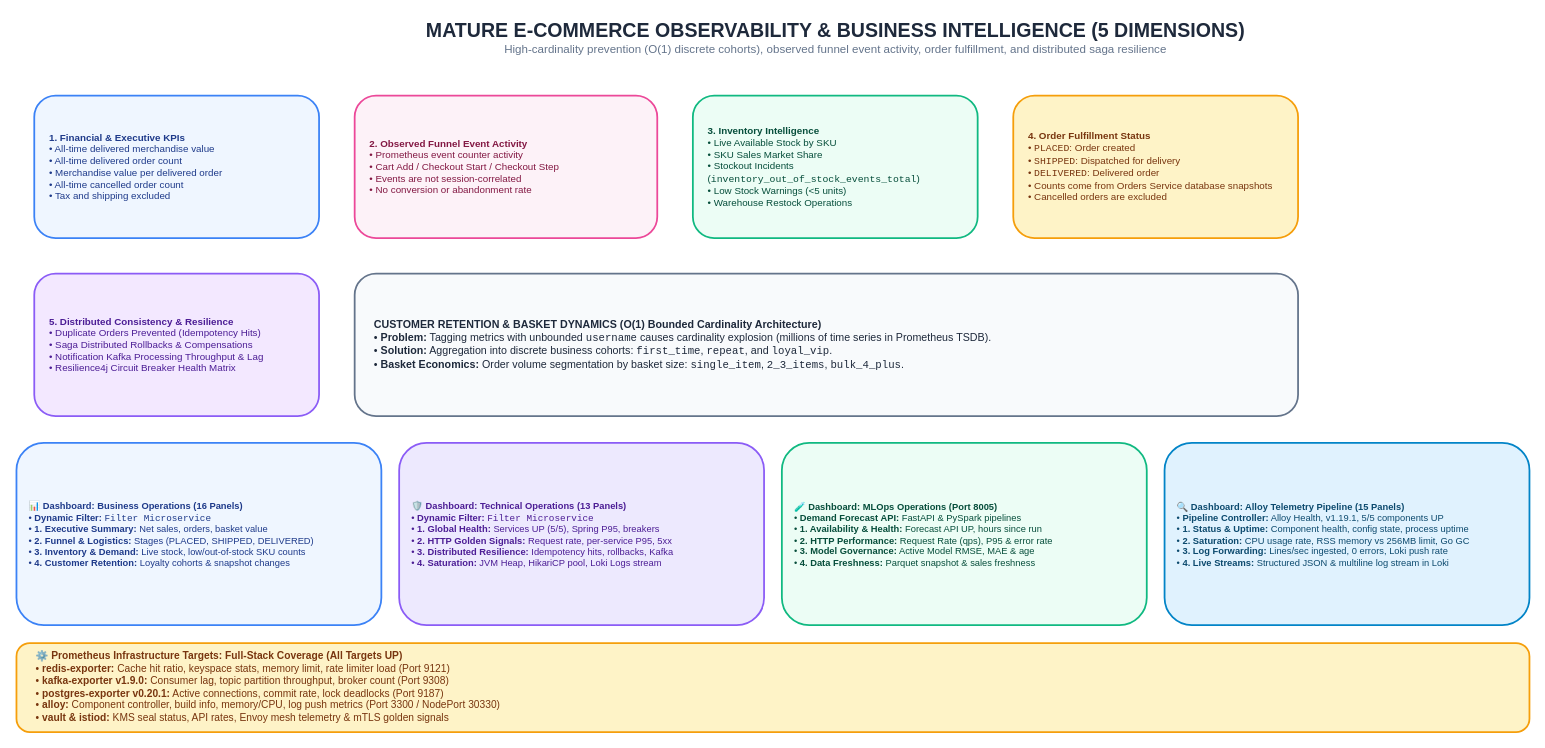
This is page "8. Mature E-Commerce Observability Architecture" (8 of 16) of docs/Diagrams.drawio from GeorgeGxx/microservices-architecture, a draw.io file, before an edit. Source tidied: cells renumbered, new cells numbered last; positions are measured from the earlier drawing's top-left corner, leaving out a move shared by most shapes. Both pictures are drawn from the tidied source at 89%, with x=0, y=0 at pixel (16, 15).
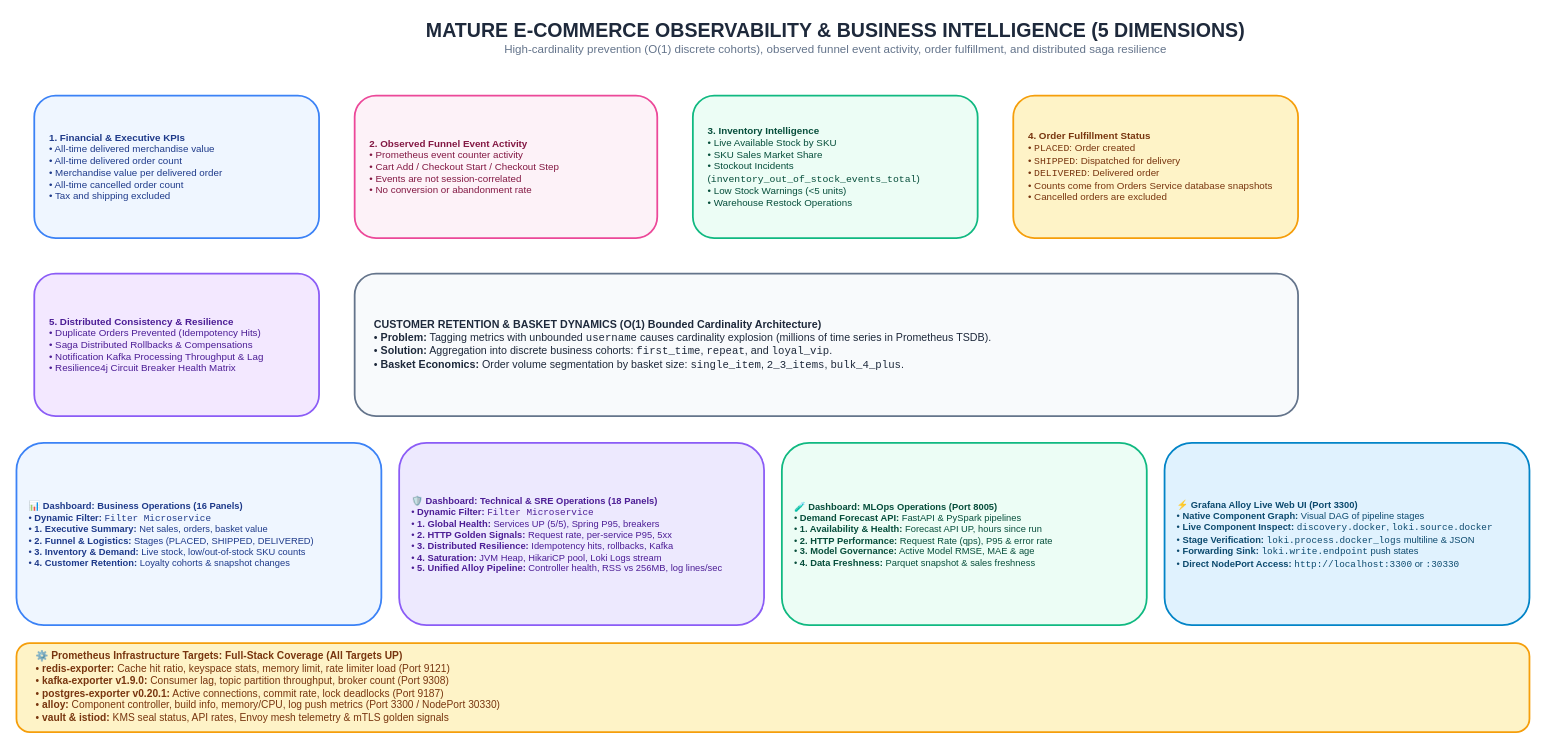
After the change.

Commit message (it also covers changes not shown here):
feat(observability): unify Grafana Alloy pipeline telemetry into Technical & SRE dashboard

Diff of the diagram source:
```diff
@@
 <mxGraphModel>
   <root>
     <mxCell id="0" />
     <mxCell id="1" parent="0" />
     <mxCell id="2" value="&lt;b style='font-size:22px;color:#1E293B;'&gt;MATURE E-COMMERCE OBSERVABILITY &amp; BUSINESS INTELLIGENCE (5 DIMENSIONS)&lt;/b&gt;&lt;br&gt;&lt;span style='font-size:13px;color:#64748B;'&gt;High-cardinality prevention (O(1) discrete cohorts), observed funnel event activity, order fulfillment, and distributed saga resilience&lt;/span&gt;" style="text;html=1;align=center;verticalAlign=middle;rounded=0;" parent="1" vertex="1">
       <mxGeometry x="220" width="1400" height="50" as="geometry" />
     </mxCell>
     <mxCell id="3" value="&lt;b&gt;1. Financial &amp; Executive KPIs&lt;/b&gt;&lt;br&gt;• All-time delivered merchandise value&lt;br&gt;• All-time delivered order count&lt;br&gt;• Merchandise value per delivered order&lt;br&gt;• All-time cancelled order count&lt;br&gt;• Tax and shipping excluded" style="rounded=1;whiteSpace=wrap;html=1;fillColor=#EFF6FF;strokeColor=#3B82F6;strokeWidth=2;fontColor=#1E3A8A;fontSize=11;align=left;spacingLeft=15;" parent="1" vertex="1">
       <mxGeometry x="20" y="90" width="320" height="160" as="geometry" />
     </mxCell>
     <mxCell id="4" value="&lt;b&gt;2. Observed Funnel Event Activity&lt;/b&gt;&lt;br&gt;• Prometheus event counter activity&lt;br&gt;• Cart Add / Checkout Start / Checkout Step&lt;br&gt;• Events are not session-correlated&lt;br&gt;• No conversion or abandonment rate" style="rounded=1;whiteSpace=wrap;html=1;fillColor=#FDF2F8;strokeColor=#EC4899;strokeWidth=2;fontColor=#831843;fontSize=11;align=left;spacingLeft=15;" parent="1" vertex="1">
       <mxGeometry x="380" y="90" width="340" height="160" as="geometry" />
     </mxCell>
     <mxCell id="5" value="&lt;b&gt;3. Inventory Intelligence&lt;/b&gt;&lt;br&gt;• Live Available Stock by SKU&lt;br&gt;• SKU Sales Market Share&lt;br&gt;• Stockout Incidents (&lt;code&gt;inventory_out_of_stock_events_total&lt;/code&gt;)&lt;br&gt;• Low Stock Warnings (&amp;lt;5 units)&lt;br&gt;• Warehouse Restock Operations" style="rounded=1;whiteSpace=wrap;html=1;fillColor=#ECFDF5;strokeColor=#10B981;strokeWidth=2;fontColor=#064E3B;fontSize=11;align=left;spacingLeft=15;" parent="1" vertex="1">
       <mxGeometry x="760" y="90" width="320" height="160" as="geometry" />
     </mxCell>
     <mxCell id="6" value="&lt;b&gt;4. Order Fulfillment Status&lt;/b&gt;&lt;br&gt;• &lt;code&gt;PLACED&lt;/code&gt;: Order created&lt;br&gt;• &lt;code&gt;SHIPPED&lt;/code&gt;: Dispatched for delivery&lt;br&gt;• &lt;code&gt;DELIVERED&lt;/code&gt;: Delivered order&lt;br&gt;• Counts come from Orders Service database snapshots&lt;br&gt;• Cancelled orders are excluded" style="rounded=1;whiteSpace=wrap;html=1;fillColor=#FEF3C7;strokeColor=#F59E0B;strokeWidth=2;fontColor=#78350F;fontSize=11;align=left;spacingLeft=15;" parent="1" vertex="1">
       <mxGeometry x="1120" y="90" width="320" height="160" as="geometry" />
     </mxCell>
     <mxCell id="7" value="&lt;b&gt;5. Distributed Consistency &amp; Resilience&lt;/b&gt;&lt;br&gt;• Duplicate Orders Prevented (Idempotency Hits)&lt;br&gt;• Saga Distributed Rollbacks &amp; Compensations&lt;br&gt;• Notification Kafka Processing Throughput &amp; Lag&lt;br&gt;• Resilience4j Circuit Breaker Health Matrix" style="rounded=1;whiteSpace=wrap;html=1;fillColor=#F3E8FF;strokeColor=#8B5CF6;strokeWidth=2;fontColor=#4C1D95;fontSize=11;align=left;spacingLeft=15;" parent="1" vertex="1">
       <mxGeometry x="20" y="290" width="320" height="160" as="geometry" />
     </mxCell>
     <mxCell id="8" value="&lt;b&gt;CUSTOMER RETENTION &amp; BASKET DYNAMICS (O(1) Bounded Cardinality Architecture)&lt;/b&gt;&lt;br&gt;• &lt;b&gt;Problem:&lt;/b&gt; Tagging metrics with unbounded &lt;code&gt;username&lt;/code&gt; causes cardinality explosion (millions of time series in Prometheus TSDB).&lt;br&gt;• &lt;b&gt;Solution:&lt;/b&gt; Aggregation into discrete business cohorts: &lt;code&gt;first_time&lt;/code&gt;, &lt;code&gt;repeat&lt;/code&gt;, and &lt;code&gt;loyal_vip&lt;/code&gt;.&lt;br&gt;• &lt;b&gt;Basket Economics:&lt;/b&gt; Order volume segmentation by basket size: &lt;code&gt;single_item&lt;/code&gt;, &lt;code&gt;2_3_items&lt;/code&gt;, &lt;code&gt;bulk_4_plus&lt;/code&gt;." style="rounded=1;whiteSpace=wrap;html=1;fillColor=#F8FAFC;strokeColor=#64748B;strokeWidth=2;fontColor=#1E293B;fontSize=12;align=left;spacingLeft=20;" parent="1" vertex="1">
       <mxGeometry x="380" y="290" width="1060" height="160" as="geometry" />
     </mxCell>
     <mxCell id="9" value="&lt;b&gt;📊 Dashboard: Business Operations (16 Panels)&lt;/b&gt;&lt;br&gt;• &lt;b&gt;Dynamic Filter:&lt;/b&gt; &lt;code&gt;Filter Microservice&lt;/code&gt;&lt;br&gt;• &lt;b&gt;1. Executive Summary:&lt;/b&gt; Net sales, orders, basket value&lt;br&gt;• &lt;b&gt;2. Funnel &amp; Logistics:&lt;/b&gt; Stages (PLACED, SHIPPED, DELIVERED)&lt;br&gt;• &lt;b&gt;3. Inventory &amp; Demand:&lt;/b&gt; Live stock, low/out-of-stock SKU counts&lt;br&gt;• &lt;b&gt;4. Customer Retention:&lt;/b&gt; Loyalty cohorts &amp; snapshot changes" style="rounded=1;whiteSpace=wrap;html=1;fillColor=#EFF6FF;strokeColor=#3B82F6;strokeWidth=2;fontColor=#1E3A8A;fontSize=10.5;align=left;spacingLeft=12;" parent="1" vertex="1">
       <mxGeometry y="480" width="410" height="205" as="geometry" />
     </mxCell>
-    <mxCell id="10" value="&lt;b&gt;🛡️ Dashboard: Technical Operations (13 Panels)&lt;/b&gt;&lt;br&gt;• &lt;b&gt;Dynamic Filter:&lt;/b&gt; &lt;code&gt;Filter Microservice&lt;/code&gt;&lt;br&gt;• &lt;b&gt;1. Global Health:&lt;/b&gt; Services UP (5/5), Spring P95, breakers&lt;br&gt;• &lt;b&gt;2. HTTP Golden Signals:&lt;/b&gt; Request rate, per-service P95, 5xx&lt;br&gt;• &lt;b&gt;3. Distributed Resilience:&lt;/b&gt; Idempotency hits, rollbacks, Kafka&lt;br&gt;• &lt;b&gt;4. Saturation:&lt;/b&gt; JVM Heap, HikariCP pool, Loki Logs stream" style="rounded=1;whiteSpace=wrap;html=1;fillColor=#EDE9FE;strokeColor=#8B5CF6;strokeWidth=2;fontColor=#4C1D95;fontSize=10.5;align=left;spacingLeft=12;" parent="1" vertex="1">
+    <mxCell id="10" value="&lt;b&gt;🛡️ Dashboard: Technical &amp; SRE Operations (18 Panels)&lt;/b&gt;&lt;br&gt;• &lt;b&gt;Dynamic Filter:&lt;/b&gt; &lt;code&gt;Filter Microservice&lt;/code&gt;&lt;br&gt;• &lt;b&gt;1. Global Health:&lt;/b&gt; Services UP (5/5), Spring P95, breakers&lt;br&gt;• &lt;b&gt;2. HTTP Golden Signals:&lt;/b&gt; Request rate, per-service P95, 5xx&lt;br&gt;• &lt;b&gt;3. Distributed Resilience:&lt;/b&gt; Idempotency hits, rollbacks, Kafka&lt;br&gt;• &lt;b&gt;4. Saturation:&lt;/b&gt; JVM Heap, HikariCP pool, Loki Logs stream&lt;br&gt;• &lt;b&gt;5. Unified Alloy Pipeline:&lt;/b&gt; Controller health, RSS vs 256MB, log lines/sec" style="rounded=1;whiteSpace=wrap;html=1;fillColor=#EDE9FE;strokeColor=#8B5CF6;strokeWidth=2;fontColor=#4C1D95;fontSize=10.5;align=left;spacingLeft=12;" parent="1" vertex="1">
       <mxGeometry x="430" y="480" width="410" height="205" as="geometry" />
     </mxCell>
     <mxCell id="11" value="&lt;b&gt;🧪 Dashboard: MLOps Operations (Port 8005)&lt;/b&gt;&lt;br&gt;• &lt;b&gt;Demand Forecast API:&lt;/b&gt; FastAPI &amp; PySpark pipelines&lt;br&gt;• &lt;b&gt;1. Availability &amp; Health:&lt;/b&gt; Forecast API UP, hours since run&lt;br&gt;• &lt;b&gt;2. HTTP Performance:&lt;/b&gt; Request Rate (qps), P95 &amp; error rate&lt;br&gt;• &lt;b&gt;3. Model Governance:&lt;/b&gt; Active Model RMSE, MAE &amp; age&lt;br&gt;• &lt;b&gt;4. Data Freshness:&lt;/b&gt; Parquet snapshot &amp; sales freshness" style="rounded=1;whiteSpace=wrap;html=1;fillColor=#ECFDF5;strokeColor=#10B981;strokeWidth=2;fontColor=#064E3B;fontSize=10.5;align=left;spacingLeft=12;" parent="1" vertex="1">
       <mxGeometry x="860" y="480" width="410" height="205" as="geometry" />
     </mxCell>
-    <mxCell id="12" value="&lt;b&gt;🔍 Dashboard: Alloy Telemetry Pipeline (15 Panels)&lt;/b&gt;&lt;br&gt;• &lt;b&gt;Pipeline Controller:&lt;/b&gt; Alloy Health, v1.19.1, 5/5 components UP&lt;br&gt;• &lt;b&gt;1. Status &amp; Uptime:&lt;/b&gt; Component health, config state, process uptime&lt;br&gt;• &lt;b&gt;2. Saturation:&lt;/b&gt; CPU usage rate, RSS memory vs 256MB limit, Go GC&lt;br&gt;• &lt;b&gt;3. Log Forwarding:&lt;/b&gt; Lines/sec ingested, 0 errors, Loki push rate&lt;br&gt;• &lt;b&gt;4. Live Streams:&lt;/b&gt; Structured JSON &amp; multiline log stream in Loki" style="rounded=1;whiteSpace=wrap;html=1;fillColor=#E0F2FE;strokeColor=#0284C7;strokeWidth=2;fontColor=#0C4A6E;fontSize=10.5;align=left;spacingLeft=12;" parent="1" vertex="1">
+    <mxCell id="12" value="&lt;b&gt;⚡ Grafana Alloy Live Web UI (Port 3300)&lt;/b&gt;&lt;br&gt;• &lt;b&gt;Native Component Graph:&lt;/b&gt; Visual DAG of pipeline stages&lt;br&gt;• &lt;b&gt;Live Component Inspect:&lt;/b&gt; &lt;code&gt;discovery.docker&lt;/code&gt;, &lt;code&gt;loki.source.docker&lt;/code&gt;&lt;br&gt;• &lt;b&gt;Stage Verification:&lt;/b&gt; &lt;code&gt;loki.process.docker_logs&lt;/code&gt; multiline &amp; JSON&lt;br&gt;• &lt;b&gt;Forwarding Sink:&lt;/b&gt; &lt;code&gt;loki.write.endpoint&lt;/code&gt; push states&lt;br&gt;• &lt;b&gt;Direct NodePort Access:&lt;/b&gt; &lt;code&gt;http://localhost:3300&lt;/code&gt; or &lt;code&gt;:30330&lt;/code&gt;" style="rounded=1;whiteSpace=wrap;html=1;fillColor=#E0F2FE;strokeColor=#0284C7;strokeWidth=2;fontColor=#0C4A6E;fontSize=10.5;align=left;spacingLeft=12;" parent="1" vertex="1">
       <mxGeometry x="1290" y="480" width="410" height="205" as="geometry" />
     </mxCell>
     <mxCell id="13" value="&lt;b&gt;⚙️ Prometheus Infrastructure Targets: Full-Stack Coverage (All Targets UP)&lt;/b&gt;&lt;br&gt;• &lt;b&gt;redis-exporter:&lt;/b&gt; Cache hit ratio, keyspace stats, memory limit, rate limiter load (Port 9121)&lt;br&gt;• &lt;b&gt;kafka-exporter v1.9.0:&lt;/b&gt; Consumer lag, topic partition throughput, broker count (Port 9308)&lt;br&gt;• &lt;b&gt;postgres-exporter v0.20.1:&lt;/b&gt; Active connections, commit rate, lock deadlocks (Port 9187)&lt;br&gt;• &lt;b&gt;alloy:&lt;/b&gt; Component controller, build info, memory/CPU, log push metrics (Port 3300 / NodePort 30330)&lt;br&gt;• &lt;b&gt;vault &amp; istiod:&lt;/b&gt; KMS seal status, API rates, Envoy mesh telemetry &amp; mTLS golden signals" style="rounded=1;whiteSpace=wrap;html=1;fillColor=#FEF3C7;strokeColor=#F59E0B;strokeWidth=2;fontColor=#78350F;fontSize=11.5;align=left;spacingLeft=20;" parent="1" vertex="1">
       <mxGeometry y="705" width="1700" height="100" as="geometry" />
     </mxCell>
   </root>
 </mxGraphModel>
```
